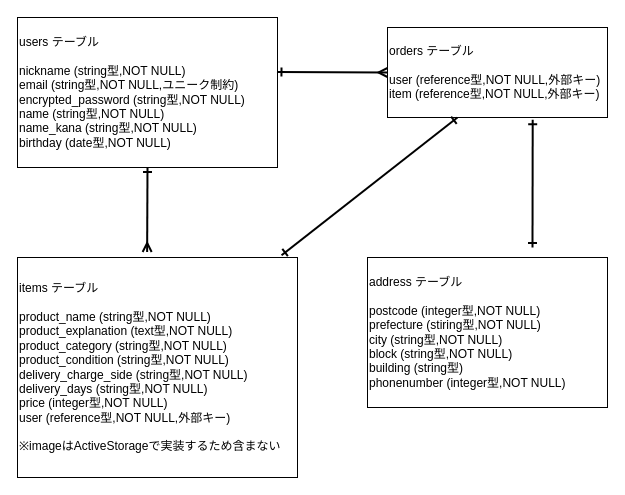
The draw.io diagram er.dio in kouki135/furima-37408, before the edit. Source tidied: cells renumbered, new cells numbered last; positions are measured from the earlier drawing's top-left corner, leaving out a move shared by most shapes. Both pictures are drawn from the tidied source at 100%, with x=0, y=0 at pixel (17, 17).
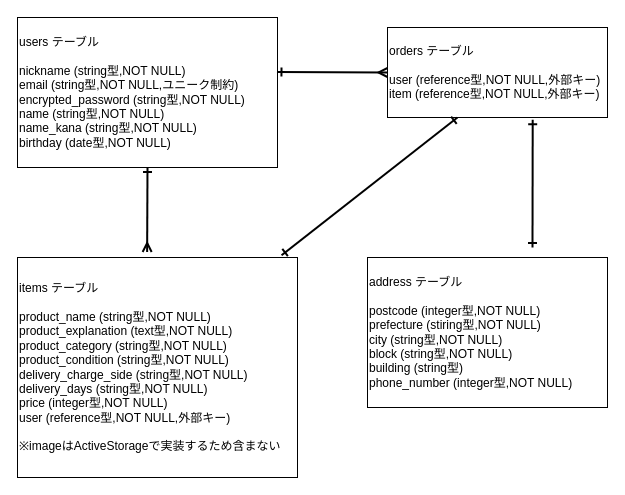
The same diagram, later.

What changed in the source:
```diff
@@
 <mxGraphModel>
   <root>
     <mxCell id="0" />
     <mxCell id="1" parent="0" />
     <mxCell id="2" value="&lt;div&gt;&lt;span&gt;users テーブル&lt;/span&gt;&lt;/div&gt;&lt;div&gt;&lt;br&gt;&lt;/div&gt;&lt;div&gt;&lt;span&gt;nickname (string型,NOT NULL)&lt;/span&gt;&lt;/div&gt;&lt;div&gt;&lt;span&gt;email (string型,NOT NULL,ユニーク制約)&lt;/span&gt;&lt;/div&gt;&lt;div&gt;&lt;span&gt;encrypted_password&amp;nbsp;(string型,NOT NULL)&lt;/span&gt;&lt;/div&gt;&lt;div&gt;&lt;span&gt;name&amp;nbsp;(string型,NOT NULL)&lt;/span&gt;&lt;/div&gt;&lt;div&gt;&lt;span&gt;name_kana&amp;nbsp;(string型,NOT NULL)&lt;/span&gt;&lt;/div&gt;&lt;div&gt;&lt;span&gt;birthday&amp;nbsp;(date型,NOT NULL)&lt;/span&gt;&lt;/div&gt;" style="rounded=0;whiteSpace=wrap;html=1;align=left;" parent="1" vertex="1">
       <mxGeometry width="260" height="150" as="geometry" />
     </mxCell>
     <mxCell id="3" value="items テーブル&lt;br&gt;&lt;br&gt;product_name&amp;nbsp;(string型,NOT NULL)&lt;br&gt;product_explanation (text型,NOT NULL)&lt;br&gt;product_category (string型,NOT NULL)&lt;br&gt;product_condition (string型,NOT NULL)&lt;br&gt;delivery_charge_side (string型,NOT NULL)&lt;br&gt;delivery_days (string型,NOT NULL)&lt;br&gt;price (integer型,NOT NULL)&lt;br&gt;user (reference型,NOT NULL,外部キー)&lt;br&gt;&lt;br&gt;※imageはActiveStorageで実装するため含まない" style="rounded=0;whiteSpace=wrap;html=1;align=left;" parent="1" vertex="1">
       <mxGeometry y="240" width="280" height="220" as="geometry" />
     </mxCell>
     <mxCell id="4" value="&lt;div&gt;&lt;span&gt;orders テーブル&lt;/span&gt;&lt;/div&gt;&lt;div&gt;&lt;br&gt;&lt;/div&gt;user (reference型,NOT NULL,外部キー)&lt;div&gt;&lt;span&gt;item&lt;/span&gt;&lt;span&gt;&amp;nbsp;(&lt;/span&gt;reference型&lt;span&gt;,NOT NULL,外部キー)&lt;/span&gt;&lt;/div&gt;" style="rounded=0;whiteSpace=wrap;html=1;align=left;" parent="1" vertex="1">
       <mxGeometry x="370" y="10" width="220" height="90" as="geometry" />
     </mxCell>
-    <mxCell id="5" value="&lt;div&gt;&lt;span&gt;address テーブル&lt;/span&gt;&lt;/div&gt;&lt;div&gt;&lt;br&gt;&lt;/div&gt;postcode (integer型,NOT NULL)&lt;div&gt;&lt;span&gt;prefecture (stiring&lt;/span&gt;型&lt;span&gt;,NOT NULL)&lt;/span&gt;&lt;/div&gt;city (string型,NOT NULL)&lt;br&gt;block (string型,NOT NULL)&lt;br&gt;building (string型)&lt;br&gt;phonenumber (integer型,NOT NULL)" style="rounded=0;whiteSpace=wrap;html=1;align=left;" parent="1" vertex="1">
+    <mxCell id="5" value="&lt;div&gt;&lt;span&gt;address テーブル&lt;/span&gt;&lt;/div&gt;&lt;div&gt;&lt;br&gt;&lt;/div&gt;postcode (integer型,NOT NULL)&lt;div&gt;&lt;span&gt;prefecture (stiring&lt;/span&gt;型&lt;span&gt;,NOT NULL)&lt;/span&gt;&lt;/div&gt;city (string型,NOT NULL)&lt;br&gt;block (string型,NOT NULL)&lt;br&gt;building (string型)&lt;br&gt;phone_number (integer型,NOT NULL)" style="rounded=0;whiteSpace=wrap;html=1;align=left;" parent="1" vertex="1">
       <mxGeometry x="350" y="240" width="240" height="150" as="geometry" />
     </mxCell>
     <mxCell id="6" style="endArrow=ERmany;startArrow=ERone;html=1;endFill=0;startFill=0;exitX=0.998;exitY=0.364;exitDx=0;exitDy=0;exitPerimeter=0;strokeWidth=2;entryX=0;entryY=0.5;entryDx=0;entryDy=0;" parent="1" edge="1" source="2" target="4">
       <mxGeometry relative="1" as="geometry" />
     </mxCell>
     <mxCell id="7" style="endArrow=ERmany;startArrow=ERone;html=1;endFill=0;startFill=0;strokeWidth=2;entryX=0.463;entryY=-0.025;entryDx=0;entryDy=0;exitX=0.5;exitY=1;exitDx=0;exitDy=0;entryPerimeter=0;" parent="1" edge="1" source="2" target="3">
       <mxGeometry relative="1" as="geometry" />
     </mxCell>
     <mxCell id="8" style="endArrow=ERone;startArrow=ERone;html=1;endFill=0;startFill=0;exitX=0.943;exitY=-0.01;exitDx=0;exitDy=0;exitPerimeter=0;strokeWidth=2;entryX=0.318;entryY=1;entryDx=0;entryDy=0;entryPerimeter=0;" parent="1" edge="1" source="3" target="4">
       <mxGeometry relative="1" as="geometry" />
     </mxCell>
     <mxCell id="9" style="endArrow=ERone;startArrow=ERone;html=1;endFill=0;startFill=0;strokeWidth=2;entryX=0.66;entryY=1.026;entryDx=0;entryDy=0;entryPerimeter=0;" parent="1" edge="1" target="4">
       <mxGeometry relative="1" as="geometry">
         <mxPoint x="515" y="230" as="sourcePoint" />
       </mxGeometry>
     </mxCell>
   </root>
 </mxGraphModel>
```
